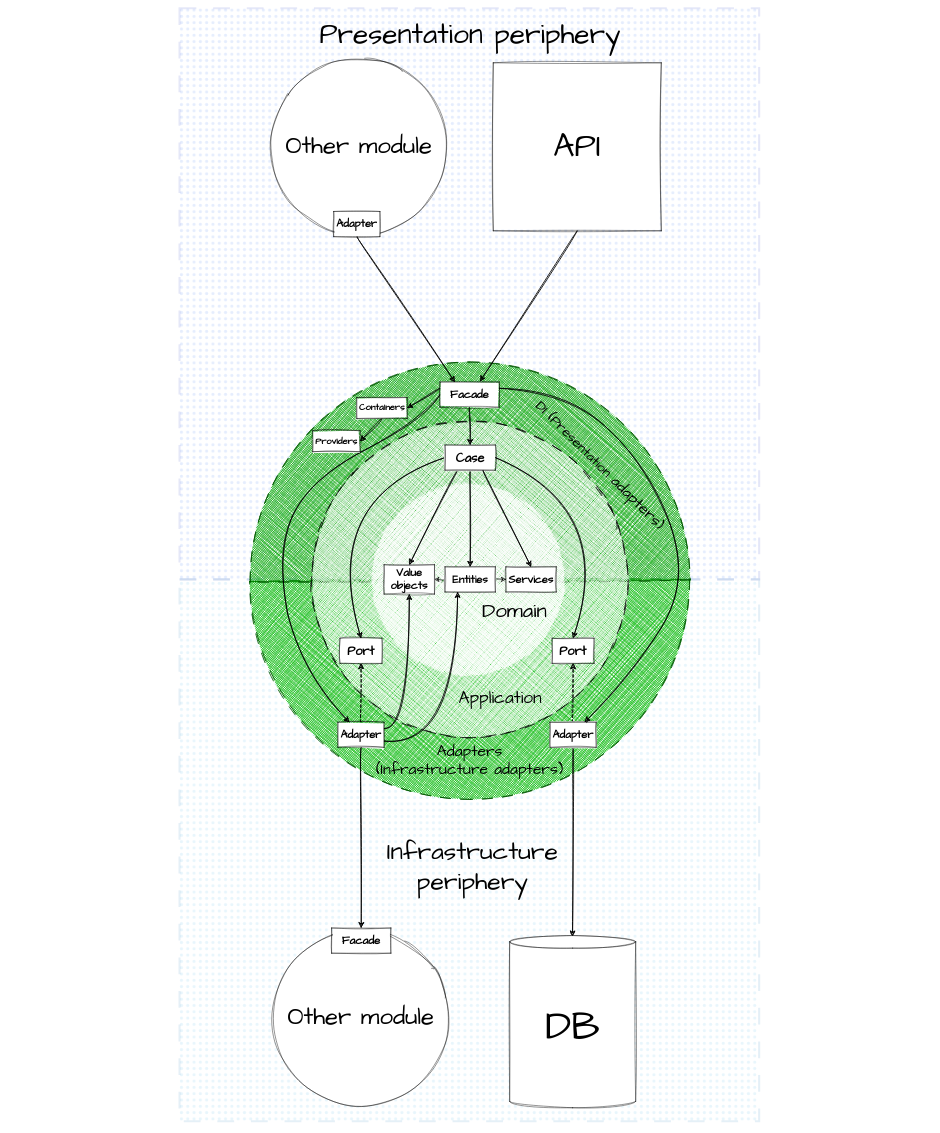
emptybutton/Aqua keeps this draw.io diagram as services/backend/assets/module-structure-map/diagram.drawio. Above is the earlier version. Source tidied: cells renumbered, new cells numbered last; positions are measured from the earlier drawing's top-left corner, leaving out a move shared by most shapes. Both pictures are drawn from the tidied source at 42%, with x=0, y=0 at pixel (179, 8).
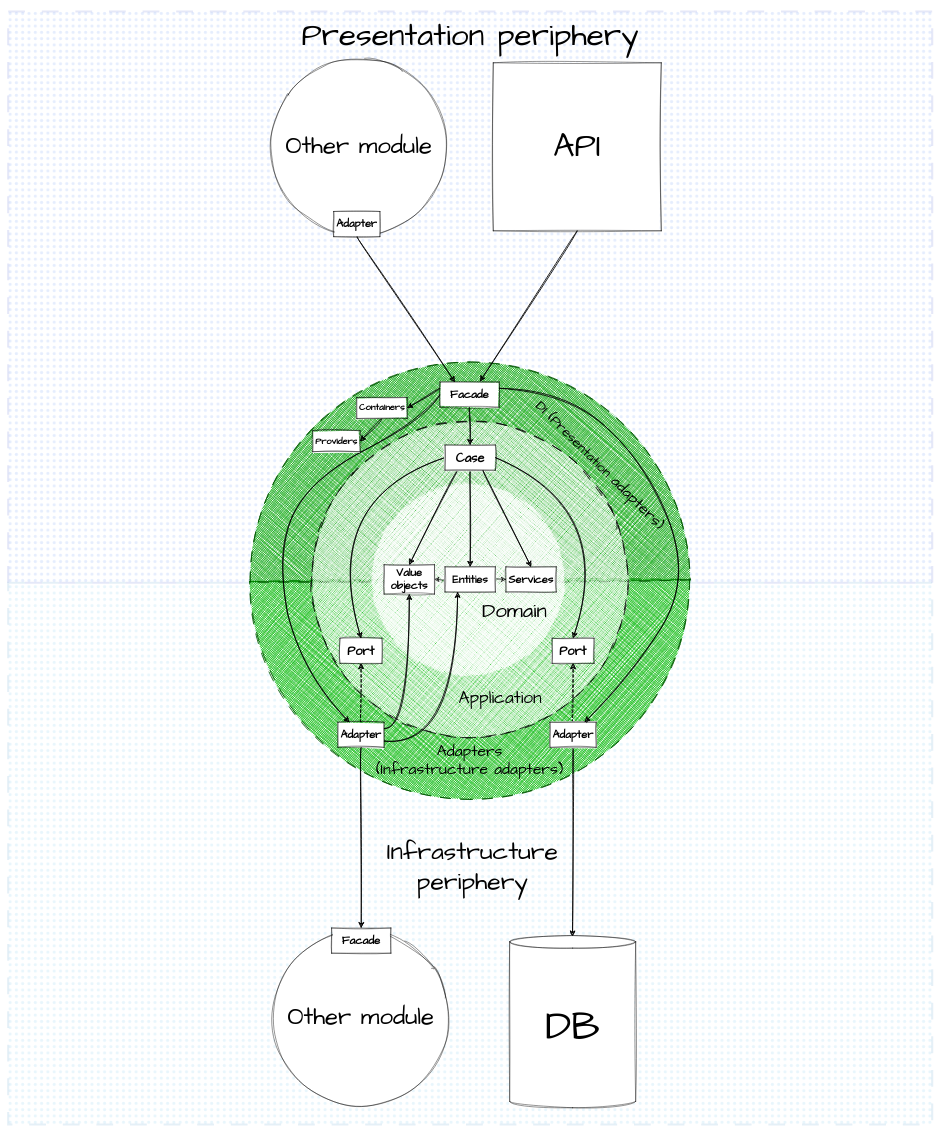
Above is the later version.

Change to the diagram source:
```diff
@@
     <mxCell id="2" style="rounded=0;whiteSpace=wrap;html=1;hachureGap=4;fontFamily=Architects Daughter;dashed=1;strokeWidth=5;dashPattern=8 8;strokeColor=#001DBC;fillColor=#0050ef;fontColor=#ffffff;opacity=10;fillStyle=dots;" parent="1" vertex="1">
-      <mxGeometry width="1380" height="1360" as="geometry" />
+      <mxGeometry x="-408" y="8" width="2200" height="1360" as="geometry" />
     </mxCell>
     <mxCell id="3" style="rounded=0;whiteSpace=wrap;html=1;hachureGap=4;fontFamily=Architects Daughter;dashed=1;strokeWidth=5;dashPattern=8 8;strokeColor=#006EAF;fillColor=#1ba1e2;fontColor=#ffffff;opacity=10;fillStyle=dots;glass=0;" parent="1" vertex="1">
-      <mxGeometry y="1360" width="1380" height="1290" as="geometry" />
+      <mxGeometry x="-408" y="1368" width="2200" height="1290" as="geometry" />
     </mxCell>
@@
-    <mxCell id="41" value="&lt;div style=&quot;font-size: 67px;&quot;&gt;Presentation&amp;nbsp;&lt;span style=&quot;background-color: initial;&quot;&gt;periphery&lt;/span&gt;&lt;/div&gt;" style="text;html=1;align=center;verticalAlign=middle;whiteSpace=wrap;rounded=0;fontSize=67;fontFamily=Architects Daughter;" parent="1" vertex="1">
+    <mxCell id="41" value="&lt;div style=&quot;font-size: 75px;&quot;&gt;Presentation&amp;nbsp;&lt;span style=&quot;background-color: initial; font-size: 75px;&quot;&gt;periphery&lt;/span&gt;&lt;/div&gt;" style="text;html=1;align=center;verticalAlign=middle;whiteSpace=wrap;rounded=0;fontSize=75;fontFamily=Architects Daughter;" parent="1" vertex="1">
       <mxGeometry x="127" y="50" width="1130" height="30" as="geometry" />
     </mxCell>
```
